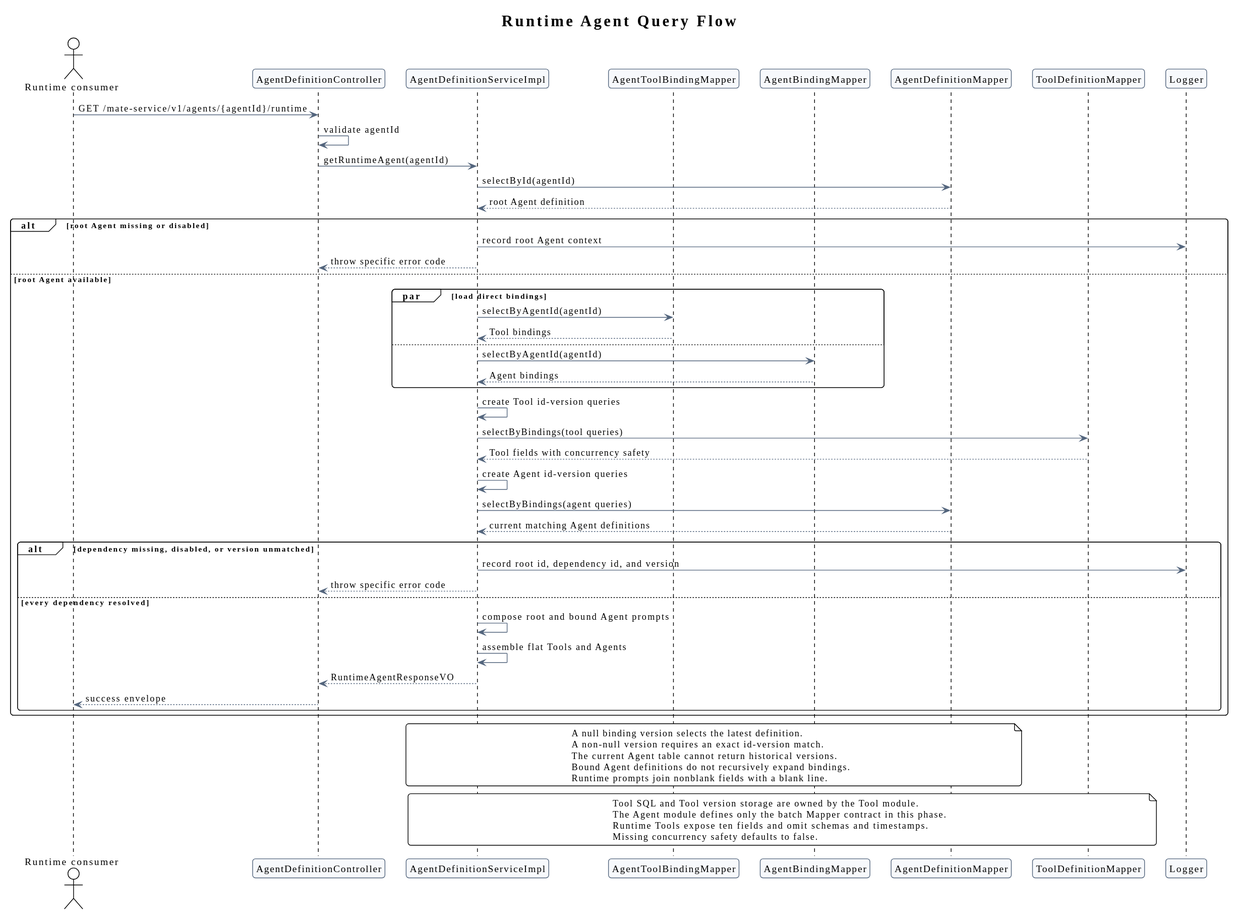
Before: 03-数据与存储/02-Agent元数据GaussDB/runtime_agent_query_flow.svg, a diagram exported from PlantUML (ssm0808/pi-mono-java-design). The source it was exported from:
```plantuml
@startuml
!theme plain
title Runtime Agent Query Flow

skinparam backgroundColor #FFFFFF
skinparam shadowing false
skinparam roundcorner 8
skinparam sequenceArrowThickness 1
skinparam ArrowColor #53657D
skinparam ParticipantBorderColor #53657D
skinparam ParticipantBackgroundColor #F7F9FC


actor "Runtime consumer" as Consumer
participant AgentDefinitionController as Controller
participant AgentDefinitionServiceImpl as Service
participant AgentToolBindingMapper as ToolBindingMapper
participant AgentBindingMapper as AgentBindingMapper
participant AgentDefinitionMapper as DefinitionMapper
participant ToolDefinitionMapper as ToolMapper
participant Logger

Consumer -> Controller: GET /mate-service/v1/agents/{agentId}/runtime
Controller -> Controller: validate agentId
Controller -> Service: getRuntimeAgent(agentId)
Service -> DefinitionMapper: selectById(agentId)
DefinitionMapper --> Service: root Agent definition

alt root Agent missing or disabled
  Service -> Logger: record root Agent context
  Service --> Controller: throw specific error code
else root Agent available
  par load direct bindings
    Service -> ToolBindingMapper: selectByAgentId(agentId)
    ToolBindingMapper --> Service: Tool bindings
  else
    Service -> AgentBindingMapper: selectByAgentId(agentId)
    AgentBindingMapper --> Service: Agent bindings
  end

  Service -> Service: create Tool id-version queries
  Service -> ToolMapper: selectByBindings(tool queries)
  ToolMapper --> Service: Tool fields with concurrency safety
  Service -> Service: create Agent id-version queries
  Service -> DefinitionMapper: selectByBindings(agent queries)
  DefinitionMapper --> Service: current matching Agent definitions

  alt dependency missing, disabled, or version unmatched
    Service -> Logger: record root id, dependency id, and version
    Service --> Controller: throw specific error code
  else every dependency resolved
    Service -> Service: compose root and bound Agent prompts
    Service -> Service: assemble flat Tools and Agents
    Service --> Controller: RuntimeAgentResponseVO
    Controller --> Consumer: success envelope
  end
end

note over Service,DefinitionMapper
  A null binding version selects the latest definition.
  A non-null version requires an exact id-version match.
  The current Agent table cannot return historical versions.
  Bound Agent definitions do not recursively expand bindings.
  Runtime prompts join nonblank fields with a blank line.
end note

note over Service,ToolMapper
  Tool SQL and Tool version storage are owned by the Tool module.
  The Agent module defines only the batch Mapper contract in this phase.
  Runtime Tools expose ten fields and omit schemas and timestamps.
  Missing concurrency safety defaults to false.
end note
@enduml
```
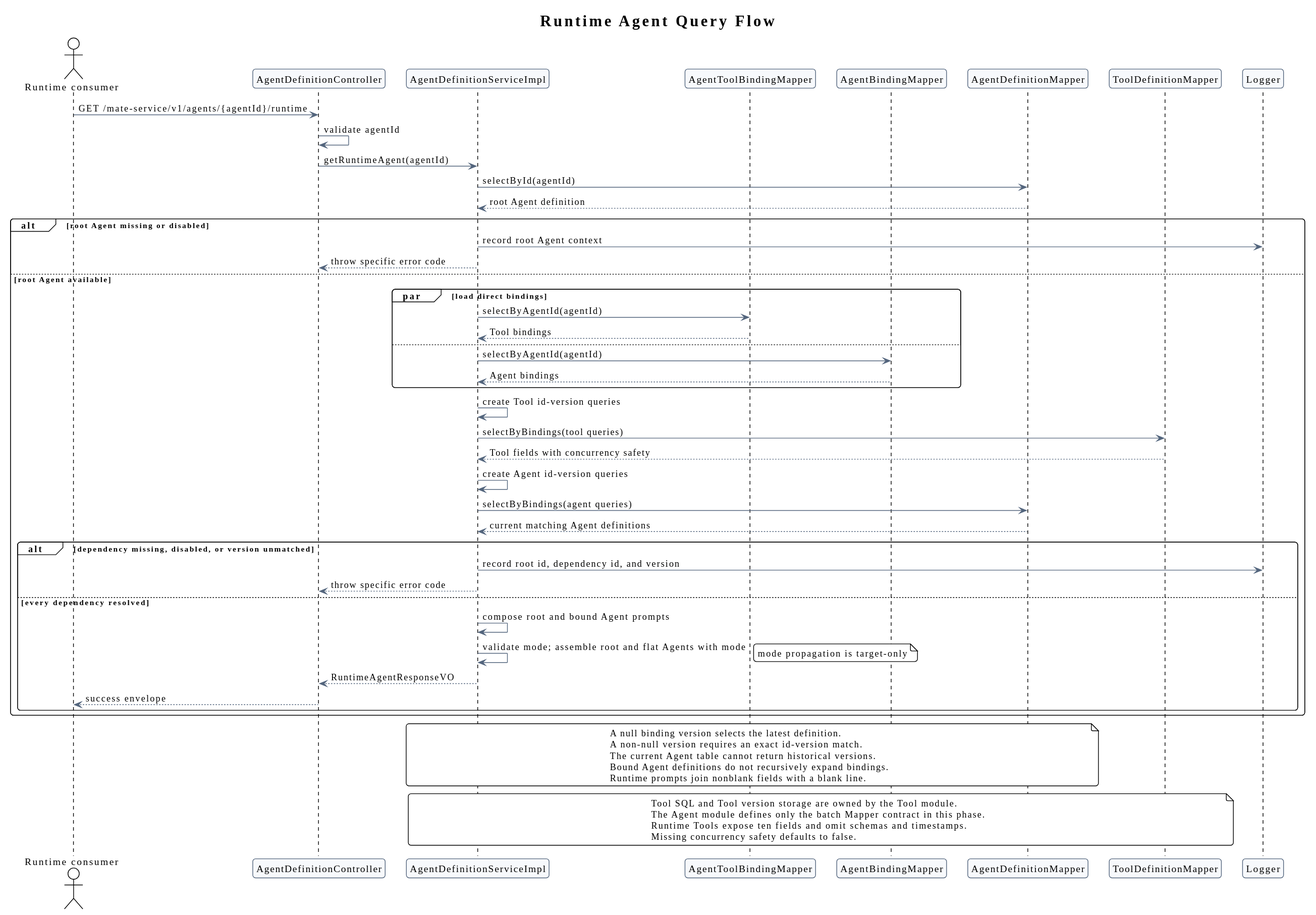
After the commit.

Change to the diagram source:
```diff
@@ -50,7 +50,8 @@
     Service --> Controller: throw specific error code
   else every dependency resolved
     Service -> Service: compose root and bound Agent prompts
-    Service -> Service: assemble flat Tools and Agents
+    Service -> Service: validate mode; assemble root and flat Agents with mode
+    note right: mode propagation is target-only
     Service --> Controller: RuntimeAgentResponseVO
     Controller --> Consumer: success envelope
   end
```
